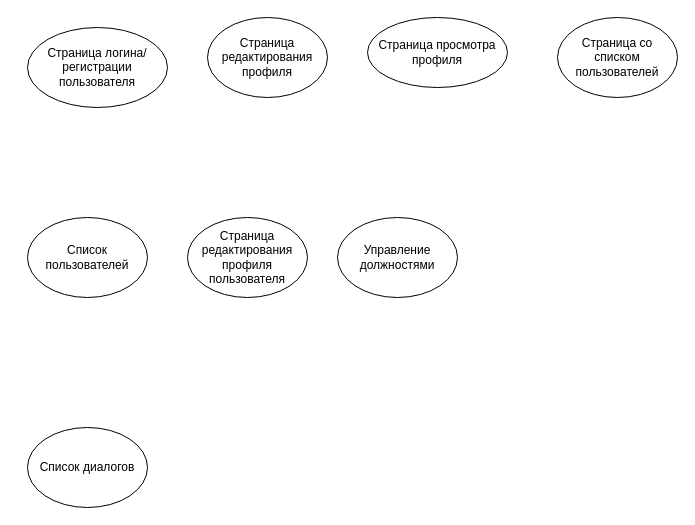
The draw.io diagram Untitled Diagram.drawio in GR4NDS0N162/diagrams.net, before the edit. Source tidied: cells renumbered, new cells numbered last; positions are measured from the earlier drawing's top-left corner, leaving out a move shared by most shapes. Both pictures are drawn from the tidied source at 100%, with x=0, y=0 at pixel (27, 17).
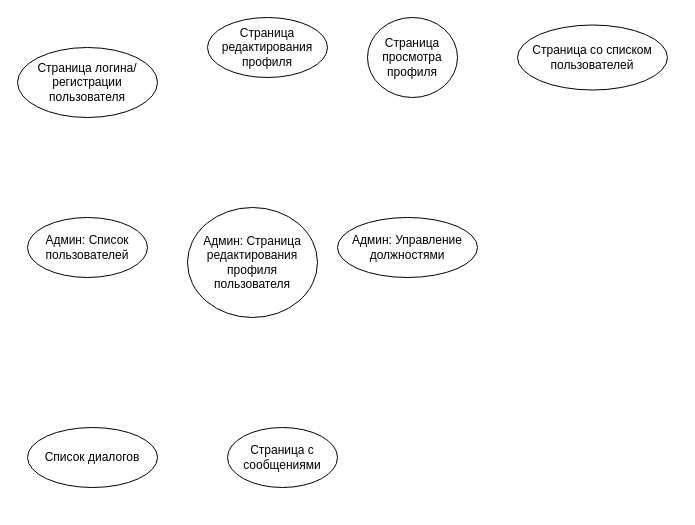
Above is the later version.

What changed in the source:
```diff
@@
 <mxGraphModel>
   <root>
     <mxCell id="0" />
     <mxCell id="1" parent="0" />
     <mxCell id="2" value="Страница логина/регистрации пользователя" style="ellipse;whiteSpace=wrap;html=1;" parent="1" vertex="1">
-      <mxGeometry y="10" width="140" height="80" as="geometry" />
+      <mxGeometry x="-10" y="30" width="140" height="70" as="geometry" />
     </mxCell>
     <mxCell id="3" value="Страница редактирования профиля" style="ellipse;whiteSpace=wrap;html=1;" parent="1" vertex="1">
-      <mxGeometry x="180" width="120" height="80" as="geometry" />
+      <mxGeometry x="180" width="120" height="60" as="geometry" />
     </mxCell>
     <mxCell id="4" value="Страница просмотра профиля" style="ellipse;whiteSpace=wrap;html=1;" parent="1" vertex="1">
-      <mxGeometry x="340" width="140" height="70" as="geometry" />
+      <mxGeometry x="340" width="90" height="80" as="geometry" />
     </mxCell>
     <mxCell id="5" value="Страница со списком пользователей" style="ellipse;whiteSpace=wrap;html=1;" parent="1" vertex="1">
-      <mxGeometry x="530" width="120" height="80" as="geometry" />
+      <mxGeometry x="490" y="7.5" width="150" height="65" as="geometry" />
     </mxCell>
-    <mxCell id="6" value="Список пользователей" style="ellipse;whiteSpace=wrap;html=1;" parent="1" vertex="1">
-      <mxGeometry y="200" width="120" height="80" as="geometry" />
+    <mxCell id="6" value="Админ: Список пользователей" style="ellipse;whiteSpace=wrap;html=1;" parent="1" vertex="1">
+      <mxGeometry y="200" width="120" height="60" as="geometry" />
     </mxCell>
-    <mxCell id="7" value="Страница редактирования профиля пользователя" style="ellipse;whiteSpace=wrap;html=1;" parent="1" vertex="1">
-      <mxGeometry x="160" y="200" width="120" height="80" as="geometry" />
+    <mxCell id="7" value="Админ:&amp;nbsp;Страница редактирования профиля пользователя" style="ellipse;whiteSpace=wrap;html=1;" parent="1" vertex="1">
+      <mxGeometry x="160" y="190" width="130" height="110" as="geometry" />
     </mxCell>
-    <mxCell id="8" value="Управление должностями" style="ellipse;whiteSpace=wrap;html=1;" parent="1" vertex="1">
-      <mxGeometry x="310" y="200" width="120" height="80" as="geometry" />
+    <mxCell id="8" value="Админ:&amp;nbsp;Управление должностями" style="ellipse;whiteSpace=wrap;html=1;" parent="1" vertex="1">
+      <mxGeometry x="310" y="200" width="140" height="60" as="geometry" />
     </mxCell>
     <mxCell id="9" value="Список диалогов" style="ellipse;whiteSpace=wrap;html=1;" parent="1" vertex="1">
-      <mxGeometry y="410" width="120" height="80" as="geometry" />
+      <mxGeometry y="410" width="130" height="60" as="geometry" />
     </mxCell>
+    <mxCell id="10" value="Страница с сообщениями" style="ellipse;whiteSpace=wrap;html=1;" parent="1" vertex="1">
+      <mxGeometry x="200" y="410" width="110" height="60" as="geometry" />
+    </mxCell>
   </root>
 </mxGraphModel>
```
